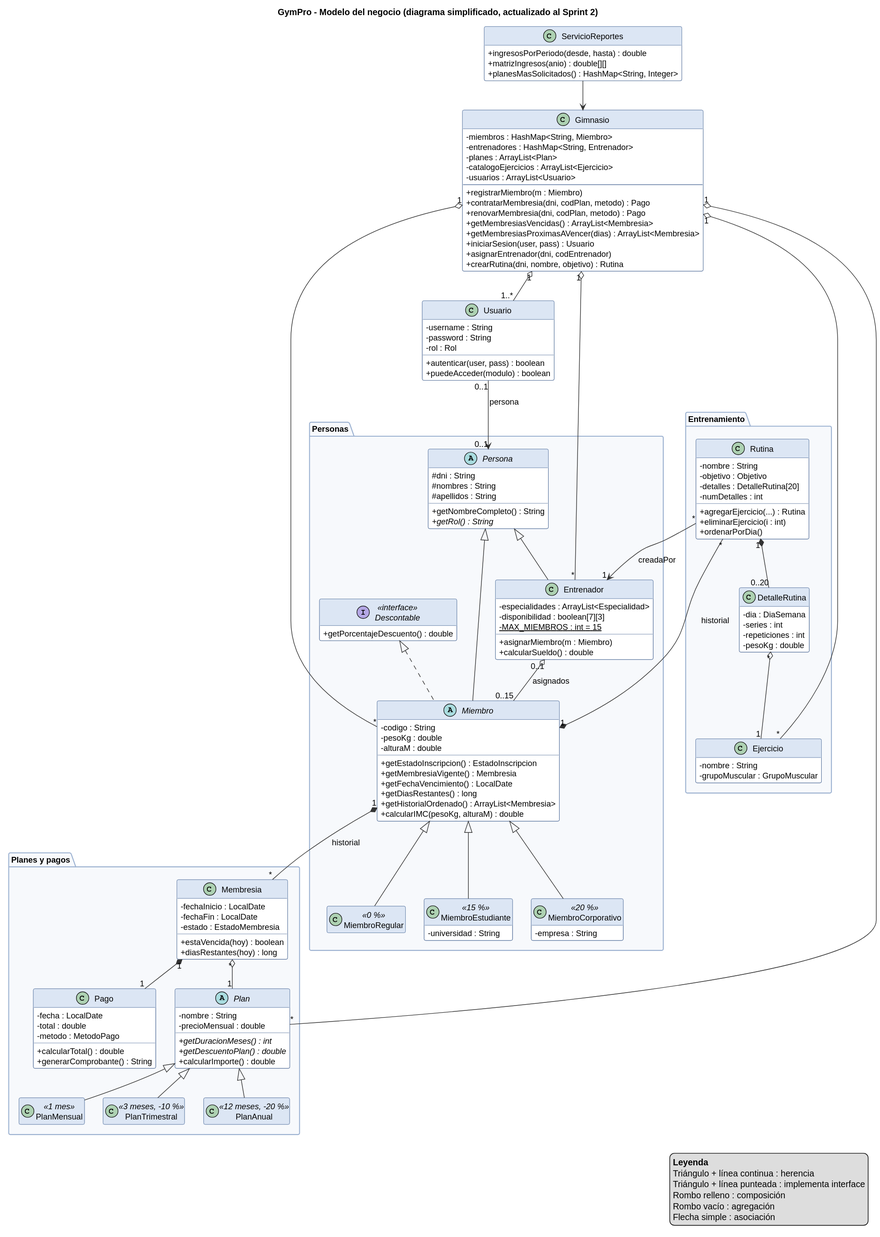
This is Diagramas_UML/Diagrama_UML_Gimnasio_Simplificado.svg from G-Eydan/gimnasio-poo, a PlantUML export, as it was before one commit. Source of this version:
```plantuml
@startuml
!pragma layout smetana
skinparam classAttributeIconSize 0
skinparam shadowing false
skinparam nodesep 30
skinparam ranksep 45
skinparam defaultFontSize 13
skinparam class {
  BackgroundColor #FFFFFF
  BorderColor #3B5B8C
  ArrowColor #333333
  HeaderBackgroundColor #DCE6F4
}
skinparam package {
  BackgroundColor #F7F9FC
  BorderColor #9AB0D0
}
hide empty members
title GymPro - Modelo del negocio (diagrama simplificado, actualizado al Sprint 2)

class Gimnasio {
  - miembros : HashMap<String, Miembro>
  - entrenadores : HashMap<String, Entrenador>
  - planes : ArrayList<Plan>
  - catalogoEjercicios : ArrayList<Ejercicio>
  - usuarios : ArrayList<Usuario>
  --
  + registrarMiembro(m : Miembro)
  + contratarMembresia(dni, codPlan, metodo) : Pago
  + renovarMembresia(dni, codPlan, metodo) : Pago
  + getMembresiasVencidas() : ArrayList<Membresia>
  + getMembresiasProximasAVencer(dias) : ArrayList<Membresia>
  + iniciarSesion(user, pass) : Usuario
  + asignarEntrenador(dni, codEntrenador)
  + crearRutina(dni, nombre, objetivo) : Rutina
}

class Usuario {
  - username : String
  - password : String
  - rol : Rol
  + autenticar(user, pass) : boolean
  + puedeAcceder(modulo) : boolean
}

class ServicioReportes {
  + ingresosPorPeriodo(desde, hasta) : double
  + matrizIngresos(anio) : double[][]
  + planesMasSolicitados() : HashMap<String, Integer>
}

package "Personas" {
  abstract class Persona {
    # dni : String
    # nombres : String
    # apellidos : String
    + getNombreCompleto() : String
    + {abstract} getRol() : String
  }

  interface Descontable <<interface>> {
    + getPorcentajeDescuento() : double
  }

  abstract class Miembro {
    - codigo : String
    - pesoKg : double
    - alturaM : double
    + getEstadoInscripcion() : EstadoInscripcion
    + getMembresiaVigente() : Membresia
    + getFechaVencimiento() : LocalDate
    + getDiasRestantes() : long
    + getHistorialOrdenado() : ArrayList<Membresia>
    + calcularIMC(pesoKg, alturaM) : double
  }

  class Entrenador {
    - especialidades : ArrayList<Especialidad>
    - disponibilidad : boolean[7][3]
    - {static} MAX_MIEMBROS : int = 15
    + asignarMiembro(m : Miembro)
    + calcularSueldo() : double
  }

  class MiembroRegular <<0 %>>
  class MiembroEstudiante <<15 %>> {
    - universidad : String
  }
  class MiembroCorporativo <<20 %>> {
    - empresa : String
  }
}

package "Planes y pagos" {
  abstract class Plan {
    - nombre : String
    - precioMensual : double
    + {abstract} getDuracionMeses() : int
    + {abstract} getDescuentoPlan() : double
    + calcularImporte() : double
  }
  class PlanMensual <<1 mes>>
  class PlanTrimestral <<3 meses, -10 %>>
  class PlanAnual <<12 meses, -20 %>>

  class Membresia {
    - fechaInicio : LocalDate
    - fechaFin : LocalDate
    - estado : EstadoMembresia
    + estaVencida(hoy) : boolean
    + diasRestantes(hoy) : long
  }

  class Pago {
    - fecha : LocalDate
    - total : double
    - metodo : MetodoPago
    + calcularTotal() : double
    + generarComprobante() : String
  }
}

package "Entrenamiento" {
  class Rutina {
    - nombre : String
    - objetivo : Objetivo
    - detalles : DetalleRutina[20]
    - numDetalles : int
    + agregarEjercicio(...) : Rutina
    + eliminarEjercicio(i : int)
    + ordenarPorDia()
  }
  class DetalleRutina {
    - dia : DiaSemana
    - series : int
    - repeticiones : int
    - pesoKg : double
  }
  class Ejercicio {
    - nombre : String
    - grupoMuscular : GrupoMuscular
  }
}

ServicioReportes --> Gimnasio

Gimnasio "1" o-- "*" Miembro
Gimnasio "1" o-- "*" Entrenador
Gimnasio "1" o-- "*" Plan
Gimnasio "1" o-- "*" Ejercicio
Gimnasio "1" o-- "1..*" Usuario
Usuario "0..1" --> "0..1" Persona : persona

Persona <|-- Miembro
Persona <|-- Entrenador
Descontable <|.. Miembro
Miembro <|-- MiembroRegular
Miembro <|-- MiembroEstudiante
Miembro <|-- MiembroCorporativo

Entrenador "0..1" o-- "0..15" Miembro : asignados

Miembro "1" *-- "*" Membresia : historial
Membresia "*" o-- "1" Plan
Membresia "1" *-- "1" Pago
Plan <|-- PlanMensual
Plan <|-- PlanTrimestral
Plan <|-- PlanAnual

Miembro "1" *-- "*" Rutina : historial
Rutina "*" --> "1" Entrenador : creadaPor
Rutina "1" *-- "0..20" DetalleRutina
DetalleRutina "*" o-- "1" Ejercicio

legend right
  <b>Leyenda</b>
  Triángulo + línea continua : herencia
  Triángulo + línea punteada : implementa interface
  Rombo relleno : composición
  Rombo vacío : agregación
  Flecha simple : asociación
endlegend
@enduml
```
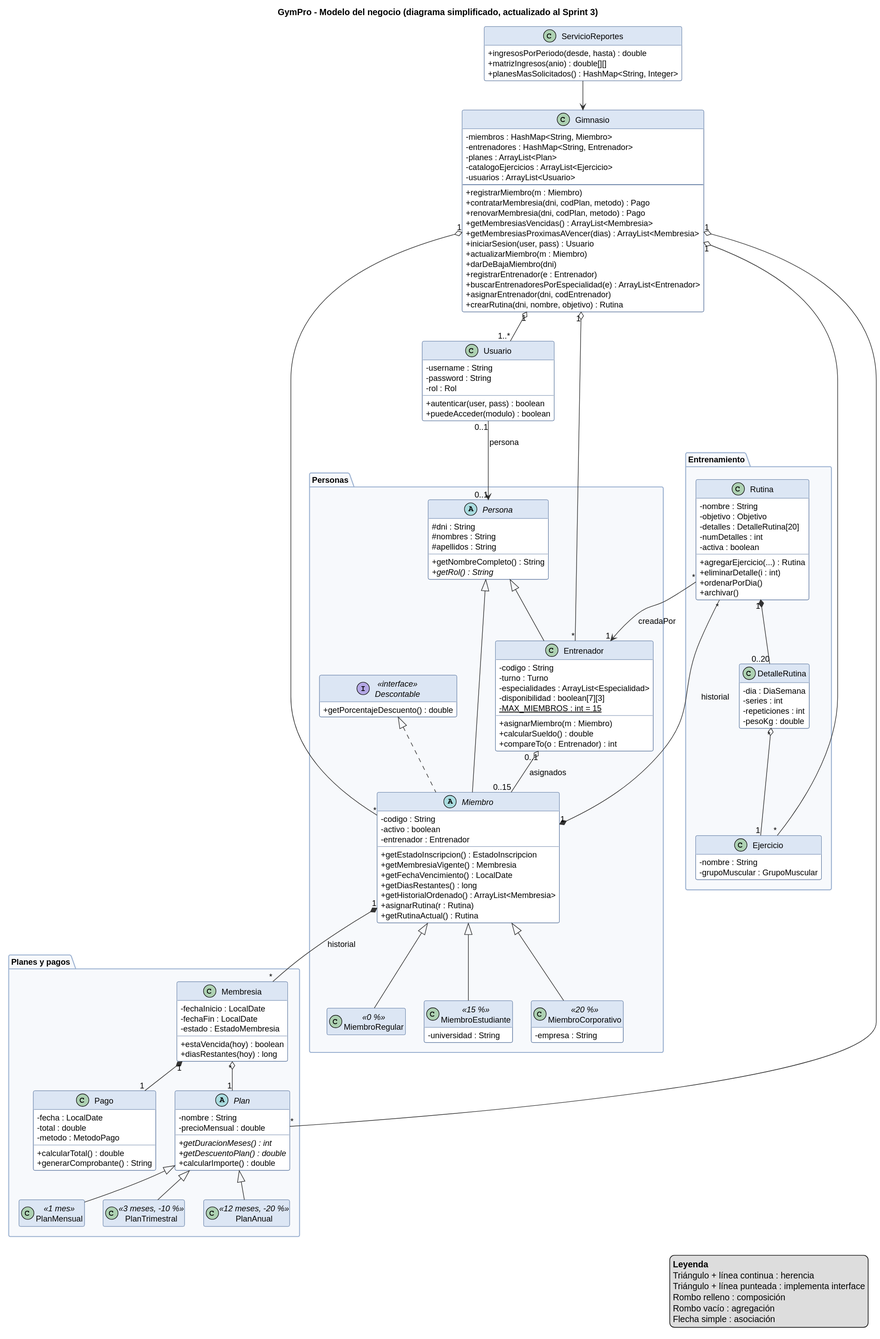
Above is the later version.

Commit message:
docs: actualiza el UML al Sprint 3

What changed in the source:
```diff
@@ -16,7 +16,7 @@
   BorderColor #9AB0D0
 }
 hide empty members
-title GymPro - Modelo del negocio (diagrama simplificado, actualizado al Sprint 2)
+title GymPro - Modelo del negocio (diagrama simplificado, actualizado al Sprint 3)
 
 class Gimnasio {
   - miembros : HashMap<String, Miembro>
@@ -31,6 +31,10 @@
   + getMembresiasVencidas() : ArrayList<Membresia>
   + getMembresiasProximasAVencer(dias) : ArrayList<Membresia>
   + iniciarSesion(user, pass) : Usuario
+  + actualizarMiembro(m : Miembro)
+  + darDeBajaMiembro(dni)
+  + registrarEntrenador(e : Entrenador)
+  + buscarEntrenadoresPorEspecialidad(e) : ArrayList<Entrenador>
   + asignarEntrenador(dni, codEntrenador)
   + crearRutina(dni, nombre, objetivo) : Rutina
 }
@@ -64,22 +68,26 @@
 
   abstract class Miembro {
     - codigo : String
-    - pesoKg : double
-    - alturaM : double
+    - activo : boolean
+    - entrenador : Entrenador
     + getEstadoInscripcion() : EstadoInscripcion
     + getMembresiaVigente() : Membresia
     + getFechaVencimiento() : LocalDate
     + getDiasRestantes() : long
     + getHistorialOrdenado() : ArrayList<Membresia>
-    + calcularIMC(pesoKg, alturaM) : double
+    + asignarRutina(r : Rutina)
+    + getRutinaActual() : Rutina
   }
 
   class Entrenador {
+    - codigo : String
+    - turno : Turno
     - especialidades : ArrayList<Especialidad>
     - disponibilidad : boolean[7][3]
     - {static} MAX_MIEMBROS : int = 15
     + asignarMiembro(m : Miembro)
     + calcularSueldo() : double
+    + compareTo(o : Entrenador) : int
   }
 
   class MiembroRegular <<0 %>>
@@ -126,9 +134,11 @@
     - objetivo : Objetivo
     - detalles : DetalleRutina[20]
     - numDetalles : int
+    - activa : boolean
     + agregarEjercicio(...) : Rutina
-    + eliminarEjercicio(i : int)
+    + eliminarDetalle(i : int)
     + ordenarPorDia()
+    + archivar()
   }
   class DetalleRutina {
     - dia : DiaSemana
```
